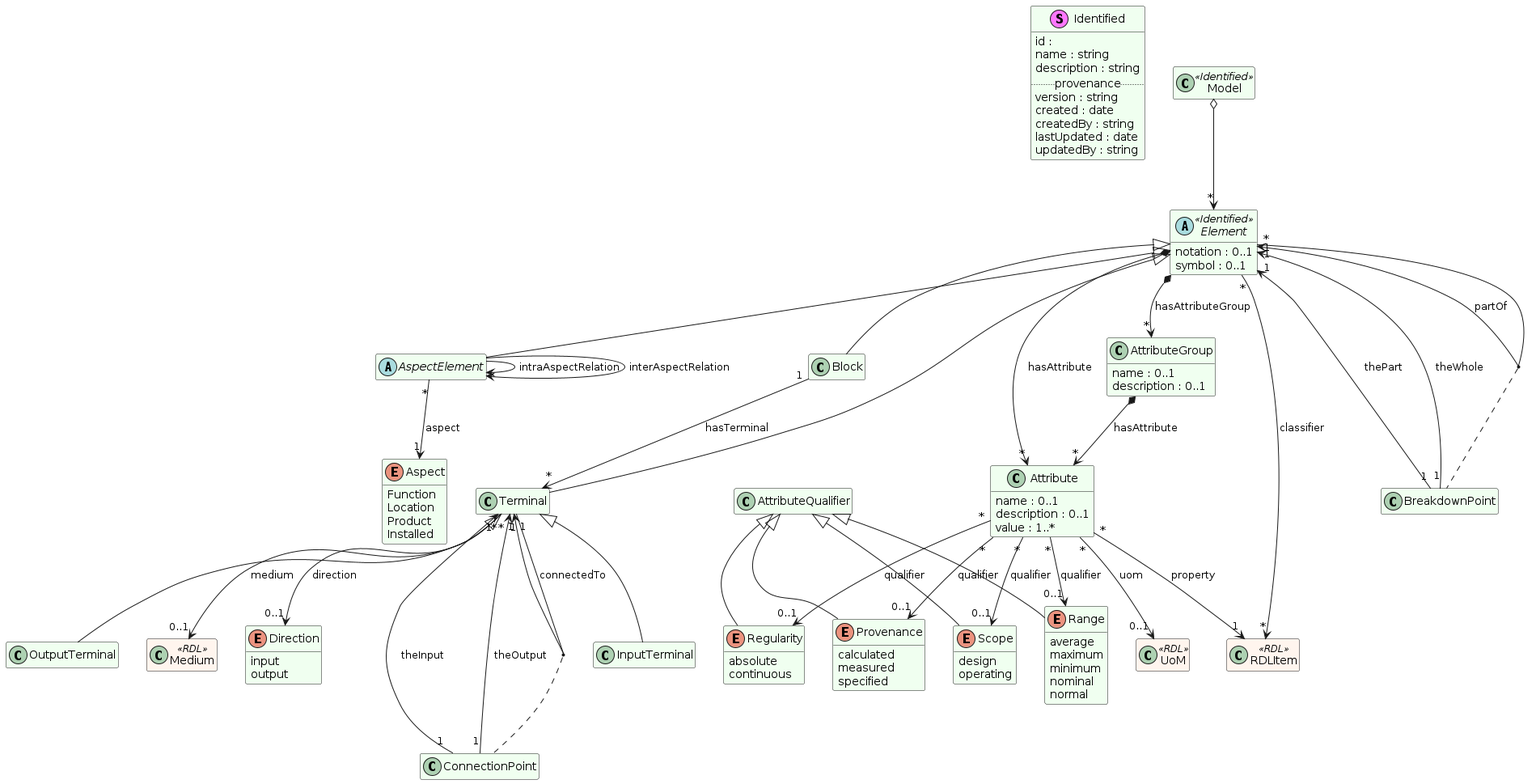
This is out/img/imf-overview.png from imf-lab/imf-ontology-semweb, a PlantUML export, as it was before one commit.
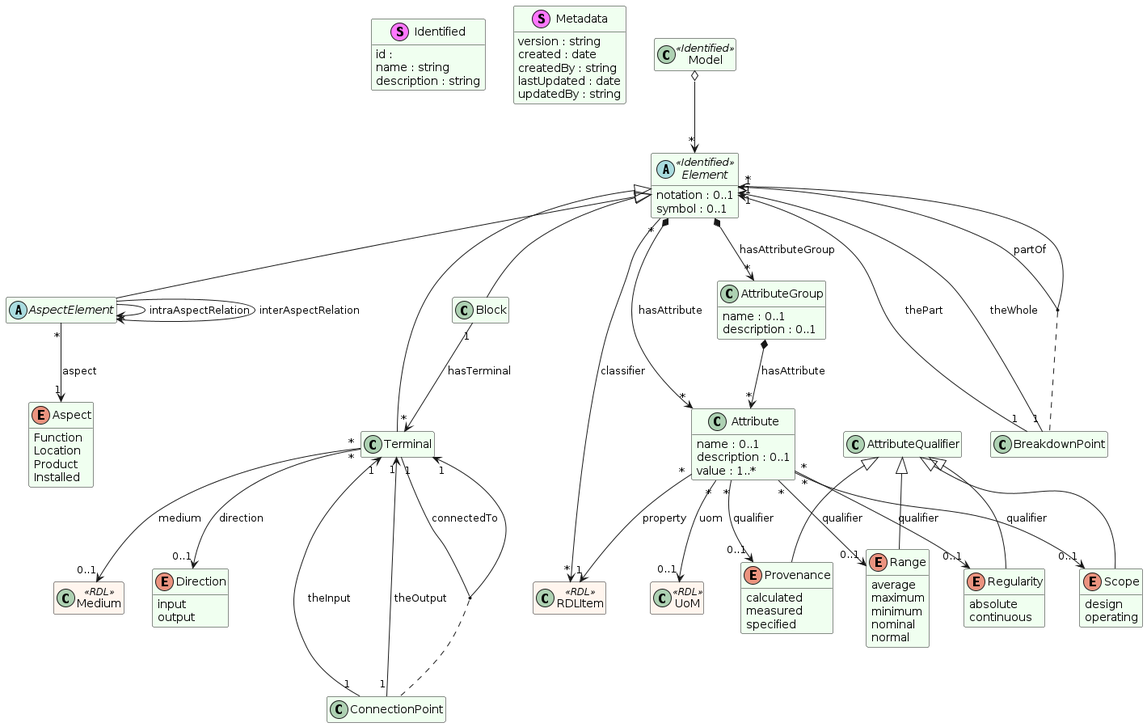
The same diagram one commit later.

Diff of the diagram source:
```diff
@@ -23,7 +23,9 @@
  id :
  name : string
  description : string
-.. provenance ..
+}
+
+stereotype Metadata {
  version : string
  created : date
  createdBy : string
@@ -80,8 +82,6 @@
 
 class Block
 class Terminal
-class InputTerminal
-class OutputTerminal
 
 class RDLItem << RDL >>
 class Medium << RDL >>
@@ -95,9 +95,6 @@
 
 Element <|-- Block
 Element <|-- Terminal
-
-Terminal <|-- InputTerminal
-Terminal <|-- OutputTerminal
 
 Block "1" --> "*" Terminal : hasTerminal
 Terminal "*" --> "0..1" Medium : medium
```
